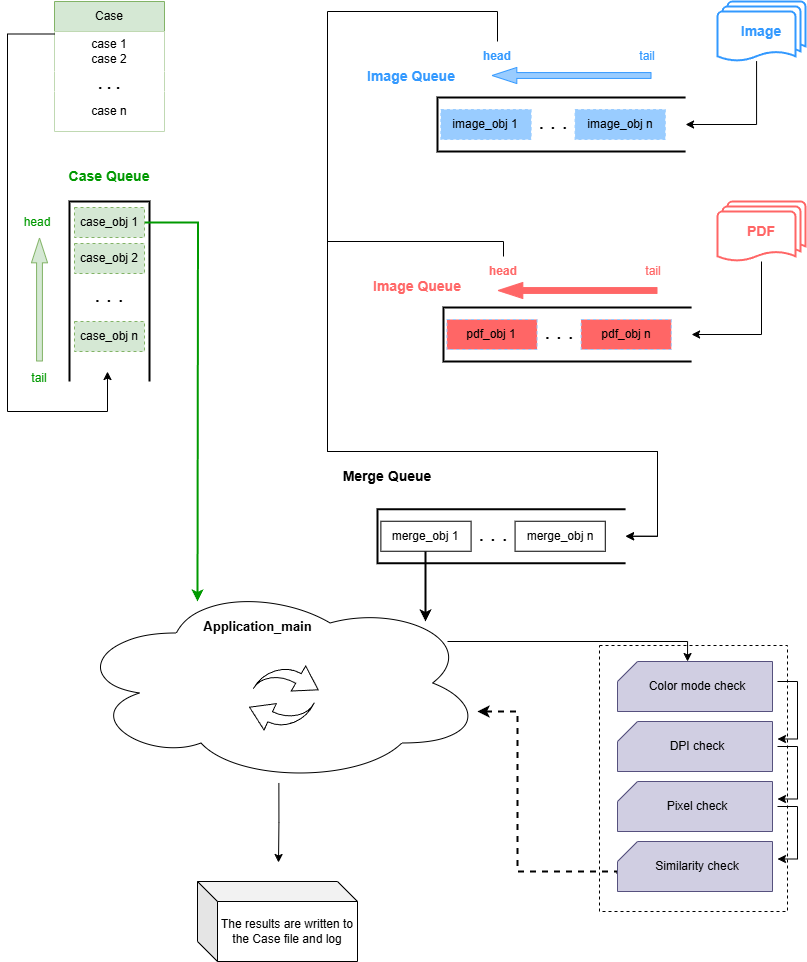
The draw.io diagram Hannto.drawio.png in M3Darren/Draw.io, before a commit. Source tidied: cells renumbered, new cells last; positions are measured from the earlier drawing's top-left corner, leaving out a move shared by most shapes.
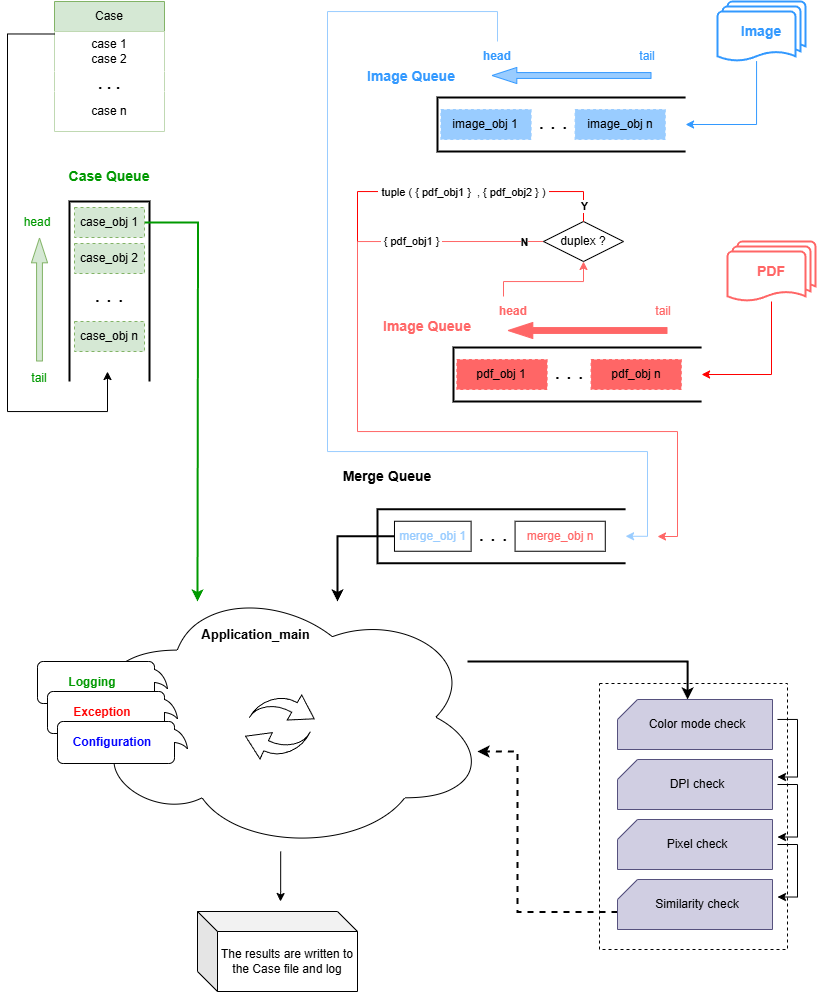
After the commit.

Change to the diagram source:
```diff
@@ -4,5 +4,2 @@
     <mxCell id="1" parent="0" />
-    <mxCell id="2" style="rounded=0;whiteSpace=wrap;html=1;fillColor=none;dashed=1;" parent="1" vertex="1">
-      <mxGeometry x="592" y="644" width="188" height="266" as="geometry" />
-    </mxCell>
     <mxCell id="3" value="Case" style="swimlane;fontStyle=0;horizontal=1;startSize=30;whiteSpace=wrap;html=1;fillColor=#d5e8d4;strokeColor=#82b366;" parent="1" vertex="1">
@@ -105,3 +102,3 @@
     </mxCell>
-    <mxCell id="31" style="edgeStyle=orthogonalEdgeStyle;rounded=0;jettySize=auto;html=1;entryX=0.5;entryY=1;entryDx=0;entryDy=0;exitX=0.444;exitY=0.994;exitDx=0;exitDy=0;exitPerimeter=0;" parent="1" edge="1" source="73" target="27">
+    <mxCell id="31" style="edgeStyle=orthogonalEdgeStyle;rounded=0;jettySize=auto;html=1;entryX=0.5;entryY=1;entryDx=0;entryDy=0;exitX=0.444;exitY=0.994;exitDx=0;exitDy=0;exitPerimeter=0;strokeColor=#3399FF;" parent="1" edge="1" source="73" target="27">
       <mxGeometry relative="1" as="geometry">
@@ -113,3 +110,3 @@
     <mxCell id="32" value="&lt;font size=&quot;1&quot;&gt;&lt;b style=&quot;font-size: 14px;&quot;&gt;Image Queue&lt;/b&gt;&lt;/font&gt;" style="text;html=1;align=center;verticalAlign=middle;whiteSpace=wrap;rounded=0;fontColor=#FF6666;" parent="1" vertex="1">
-      <mxGeometry x="360" y="270" width="100" height="30" as="geometry" />
+      <mxGeometry x="370" y="310" width="100" height="30" as="geometry" />
     </mxCell>
@@ -117,4 +114,4 @@
       <mxGeometry relative="1" as="geometry">
-        <mxPoint x="650" y="289" as="sourcePoint" />
-        <mxPoint x="490" y="289" as="targetPoint" />
+        <mxPoint x="660" y="329" as="sourcePoint" />
+        <mxPoint x="500" y="329" as="targetPoint" />
       </mxGeometry>
@@ -122,9 +119,9 @@
     <mxCell id="34" value="&lt;font&gt;&lt;b&gt;head&lt;/b&gt;&lt;/font&gt;" style="text;html=1;align=center;verticalAlign=middle;whiteSpace=wrap;rounded=0;fontColor=#FF6666;" parent="1" vertex="1">
-      <mxGeometry x="466" y="255" width="60" height="30" as="geometry" />
+      <mxGeometry x="476" y="295" width="60" height="30" as="geometry" />
     </mxCell>
     <mxCell id="35" value="&lt;font&gt;tail&lt;/font&gt;" style="text;html=1;align=center;verticalAlign=middle;whiteSpace=wrap;rounded=0;fontColor=#FF6666;" parent="1" vertex="1">
-      <mxGeometry x="616" y="255" width="60" height="30" as="geometry" />
+      <mxGeometry x="626" y="295" width="60" height="30" as="geometry" />
     </mxCell>
     <mxCell id="36" style="group;" parent="1" vertex="1">
-      <mxGeometry x="436" y="294.2" width="265" height="77.5" as="geometry" />
+      <mxGeometry x="446" y="334.2" width="265" height="77.5" as="geometry" />
     </mxCell>
@@ -136,3 +133,3 @@
     </mxCell>
-    <mxCell id="39" value="pdf_obj 1" style="text;html=1;align=center;verticalAlign=middle;whiteSpace=wrap;rounded=0;fillColor=#FF6666;strokeColor=#99CCFF;dashed=1;" parent="36" vertex="1">
+    <mxCell id="39" value="pdf_obj 1" style="text;html=1;align=center;verticalAlign=middle;whiteSpace=wrap;rounded=0;fillColor=#FF6666;strokeColor=#FF6666;dashed=1;" parent="36" vertex="1">
       <mxGeometry x="3.4" y="23.8" width="90.2" height="30" as="geometry" />
@@ -142,9 +139,9 @@
     </mxCell>
-    <mxCell id="41" value="pdf_obj n" style="text;html=1;align=center;verticalAlign=middle;whiteSpace=wrap;rounded=0;fillColor=#FF6666;strokeColor=#99CCFF;dashed=1;" parent="36" vertex="1">
+    <mxCell id="41" value="pdf_obj n" style="text;html=1;align=center;verticalAlign=middle;whiteSpace=wrap;rounded=0;fillColor=#FF6666;strokeColor=#FF6666;dashed=1;" parent="36" vertex="1">
       <mxGeometry x="137.6" y="23.8" width="90.2" height="30" as="geometry" />
     </mxCell>
-    <mxCell id="42" style="edgeStyle=orthogonalEdgeStyle;rounded=0;jettySize=auto;html=1;entryX=0.5;entryY=1;entryDx=0;entryDy=0;" parent="1" edge="1" source="60" target="38">
+    <mxCell id="42" style="edgeStyle=orthogonalEdgeStyle;rounded=0;jettySize=auto;html=1;entryX=0.5;entryY=1;entryDx=0;entryDy=0;strokeColor=#FF0000;" parent="1" edge="1" source="60" target="38">
       <mxGeometry relative="1" as="geometry">
         <Array as="points">
-          <mxPoint x="754" y="333" />
+          <mxPoint x="764" y="373" />
         </Array>
@@ -163,7 +160,11 @@
       <mxGeometry relative="1" as="geometry">
-        <mxPoint x="48" y="124" as="targetPoint" />
+        <mxPoint x="-40" y="104" as="targetPoint" />
+        <Array as="points">
+          <mxPoint x="-40" y="39" />
+          <mxPoint x="-40" y="84" />
+        </Array>
       </mxGeometry>
     </mxCell>
-    <mxCell id="47" value="merge_obj 1" style="text;html=1;align=center;verticalAlign=middle;whiteSpace=wrap;rounded=0;fillColor=#FFFFFF;strokeColor=#000000;strokeWidth=1;" parent="43" vertex="1">
-      <mxGeometry x="3.4" y="23.8" width="90.2" height="30" as="geometry" />
+    <mxCell id="47" value="&lt;font color=&quot;#99ccff&quot;&gt;merge_obj 1&lt;/font&gt;" style="text;html=1;align=center;verticalAlign=middle;whiteSpace=wrap;rounded=0;fillColor=#FFFFFF;strokeColor=#000000;strokeWidth=1;" parent="43" vertex="1">
+      <mxGeometry x="17" y="23.8" width="76.6" height="30" as="geometry" />
     </mxCell>
@@ -172,3 +173,3 @@
     </mxCell>
-    <mxCell id="49" value="merge_obj n" style="text;html=1;align=center;verticalAlign=middle;whiteSpace=wrap;rounded=0;fillColor=#FFFFFF;strokeColor=#000000;strokeWidth=1;" parent="43" vertex="1">
+    <mxCell id="49" value="&lt;font color=&quot;#ff6666&quot;&gt;merge_obj n&lt;/font&gt;" style="text;html=1;align=center;verticalAlign=middle;whiteSpace=wrap;rounded=0;fillColor=#FFFFFF;strokeColor=#000000;strokeWidth=1;" parent="43" vertex="1">
       <mxGeometry x="137.6" y="23.8" width="90.2" height="30" as="geometry" />
@@ -178,3 +179,3 @@
     </mxCell>
-    <mxCell id="51" style="edgeStyle=orthogonalEdgeStyle;rounded=0;jettySize=auto;html=1;entryX=0.5;entryY=1;entryDx=0;entryDy=0;" parent="1" edge="1" source="23" target="45">
+    <mxCell id="51" style="edgeStyle=orthogonalEdgeStyle;rounded=0;jettySize=auto;html=1;entryX=0.5;entryY=1;entryDx=0;entryDy=0;strokeColor=#99CCFF;" parent="1" edge="1" source="23" target="45">
       <mxGeometry relative="1" as="geometry">
@@ -184,4 +185,4 @@
           <mxPoint x="320" y="450" />
-          <mxPoint x="650" y="450" />
-          <mxPoint x="650" y="535" />
+          <mxPoint x="640" y="450" />
+          <mxPoint x="640" y="535" />
         </Array>
@@ -189,10 +190,10 @@
     </mxCell>
-    <mxCell id="52" style="edgeStyle=orthogonalEdgeStyle;rounded=0;jettySize=auto;html=1;entryX=0.5;entryY=1;entryDx=0;entryDy=0;" parent="1" edge="1" source="34" target="45">
+    <mxCell id="52" style="edgeStyle=orthogonalEdgeStyle;rounded=0;jettySize=auto;html=1;strokeColor=#FF6666;exitX=0;exitY=0.5;exitDx=0;exitDy=0;" parent="1" edge="1" source="94">
       <mxGeometry relative="1" as="geometry">
+        <mxPoint x="650" y="535" as="targetPoint" />
         <Array as="points">
-          <mxPoint x="496" y="240" />
-          <mxPoint x="320" y="240" />
-          <mxPoint x="320" y="450" />
-          <mxPoint x="650" y="450" />
-          <mxPoint x="650" y="535" />
+          <mxPoint x="350" y="240" />
+          <mxPoint x="350" y="430" />
+          <mxPoint x="670" y="430" />
+          <mxPoint x="670" y="535" />
         </Array>
@@ -200,4 +201,12 @@
     </mxCell>
+    <mxCell id="79" value="&amp;nbsp;{ pdf_obj1 }&amp;nbsp;" style="edgeLabel;html=1;align=center;verticalAlign=middle;" parent="52" vertex="1">
+      <mxGeometry x="-0.81" y="1" relative="1" as="geometry">
+        <mxPoint x="-55" y="-2" as="offset" />
+      </mxGeometry>
+    </mxCell>
+    <mxCell id="80" value="&lt;b&gt;N&lt;/b&gt;" style="edgeLabel;html=1;align=center;verticalAlign=middle;" parent="52" vertex="1">
+      <mxGeometry x="-0.95" relative="1" as="geometry" />
+    </mxCell>
     <mxCell id="53" style="group;" parent="1" vertex="1">
-      <mxGeometry x="70" y="600" width="443" height="220" as="geometry" />
+      <mxGeometry x="70" y="600" width="443" height="250" as="geometry" />
     </mxCell>
@@ -205,3 +214,7 @@
       <mxGeometry relative="1" as="geometry">
-        <mxPoint x="201" y="261" as="targetPoint" />
+        <mxPoint x="203" y="300" as="targetPoint" />
+        <Array as="points">
+          <mxPoint x="203" y="290" />
+          <mxPoint x="203" y="290" />
+        </Array>
       </mxGeometry>
@@ -209,28 +222,50 @@
     <mxCell id="55" style="ellipse;shape=cloud;whiteSpace=wrap;html=1;" parent="53" vertex="1">
-      <mxGeometry x="-3.6" y="-18.5" width="410" height="200" as="geometry" />
+      <mxGeometry x="-3.6" y="-18.5" width="413.6" height="268.5" as="geometry" />
     </mxCell>
     <mxCell id="56" value="&lt;b&gt;&lt;font style=&quot;font-size: 13px;&quot;&gt;Application_main&lt;/font&gt;&lt;/b&gt;" style="text;html=1;align=center;verticalAlign=middle;whiteSpace=wrap;rounded=0;" parent="53" vertex="1">
-      <mxGeometry x="121.4" y="10" width="118.9" height="30" as="geometry" />
+      <mxGeometry x="119.4" y="18" width="118.9" height="30" as="geometry" />
     </mxCell>
+    <mxCell id="59" style="edgeStyle=orthogonalEdgeStyle;rounded=0;jettySize=auto;html=1;strokeWidth=2;dashed=1;exitX=0;exitY=0.75;exitDx=0;exitDy=0;" parent="53" edge="1" source="72">
+      <mxGeometry relative="1" as="geometry">
+        <mxPoint x="400" y="150" as="targetPoint" />
+        <Array as="points">
+          <mxPoint x="440" y="311" />
+          <mxPoint x="440" y="150" />
+        </Array>
+      </mxGeometry>
+    </mxCell>
+    <mxCell id="81" style="group;" parent="53" vertex="1">
+      <mxGeometry x="161.9" y="76.4" width="82" height="95.5" as="geometry" />
+    </mxCell>
-    <mxCell id="57" style="html=1;shadow=0;dashed=0;align=center;verticalAlign=middle;shape=mxgraph.arrows2.jumpInArrow;dy=5.55;dx=22.72;arrowHead=29.03;rotation=30;" parent="53" vertex="1">
-      <mxGeometry x="183.4" y="58.5" width="56.8" height="46" as="geometry" />
+    <mxCell id="57" style="html=1;shadow=0;dashed=0;align=center;verticalAlign=middle;shape=mxgraph.arrows2.jumpInArrow;dy=5.55;dx=22.72;arrowHead=29.03;rotation=30;" parent="81" vertex="1">
+      <mxGeometry x="17.5" y="11.1" width="56.8" height="46" as="geometry" />
     </mxCell>
-    <mxCell id="58" style="html=1;shadow=0;dashed=0;align=center;verticalAlign=middle;shape=mxgraph.arrows2.jumpInArrow;dy=5.55;dx=22.72;arrowHead=29.03;rotation=-155;" parent="53" vertex="1">
-      <mxGeometry x="173" y="87" width="56.8" height="46" as="geometry" />
+    <mxCell id="58" style="html=1;shadow=0;dashed=0;align=center;verticalAlign=middle;shape=mxgraph.arrows2.jumpInArrow;dy=5.55;dx=22.72;arrowHead=29.03;rotation=-155;" parent="81" vertex="1">
+      <mxGeometry x="7.1" y="39.6" width="56.8" height="46" as="geometry" />
     </mxCell>
-    <mxCell id="59" style="edgeStyle=orthogonalEdgeStyle;rounded=0;jettySize=auto;html=1;strokeWidth=2;dashed=1;exitX=0;exitY=0.75;exitDx=0;exitDy=0;" parent="53" edge="1" source="72">
-      <mxGeometry relative="1" as="geometry">
-        <mxPoint x="400" y="110" as="targetPoint" />
-        <Array as="points">
-          <mxPoint x="540" y="270" />
-          <mxPoint x="440" y="270" />
-          <mxPoint x="440" y="110" />
-        </Array>
-      </mxGeometry>
-    </mxCell>
     <mxCell id="60" value="&lt;b&gt;&lt;font color=&quot;#ff6666&quot; style=&quot;font-size: 14px;&quot;&gt;PDF&lt;/font&gt;&lt;/b&gt;" style="strokeWidth=2;html=1;shape=mxgraph.flowchart.multi-document;whiteSpace=wrap;strokeColor=#FF6666;" parent="1" vertex="1">
-      <mxGeometry x="710" y="200" width="88" height="60" as="geometry" />
+      <mxGeometry x="720" y="240" width="88" height="60" as="geometry" />
     </mxCell>
+    <mxCell id="73" value="&lt;b&gt;&lt;font color=&quot;#3399ff&quot; style=&quot;font-size: 14px;&quot;&gt;Image&lt;/font&gt;&lt;/b&gt;" style="strokeWidth=2;html=1;shape=mxgraph.flowchart.multi-document;whiteSpace=wrap;strokeColor=#3399FF;" parent="1" vertex="1">
+      <mxGeometry x="710" width="88" height="60" as="geometry" />
+    </mxCell>
+    <mxCell id="74" value="The results are written to the Case file and log" style="shape=cube;whiteSpace=wrap;html=1;boundedLbl=1;backgroundOutline=1;darkOpacity=0.05;darkOpacity2=0.1;" parent="1" vertex="1">
+      <mxGeometry x="190" y="910" width="160" height="80" as="geometry" />
+    </mxCell>
+    <mxCell id="78" style="edgeStyle=orthogonalEdgeStyle;rounded=0;jettySize=auto;html=1;entryX=0.452;entryY=0;entryDx=0;entryDy=0;entryPerimeter=0;strokeWidth=2;" parent="1" edge="1" target="62">
+      <mxGeometry relative="1" as="geometry">
+        <mxPoint x="460" y="660" as="sourcePoint" />
+        <Array as="points">
+          <mxPoint x="680" y="660" />
+        </Array>
+      </mxGeometry>
+    </mxCell>
+    <mxCell id="82" style="group;" parent="1" vertex="1">
+      <mxGeometry x="592" y="682" width="198" height="266" as="geometry" />
+    </mxCell>
+    <mxCell id="2" style="rounded=0;whiteSpace=wrap;html=1;fillColor=none;dashed=1;" parent="82" vertex="1">
+      <mxGeometry width="188" height="266" as="geometry" />
+    </mxCell>
-    <mxCell id="61" style="group;" parent="1" vertex="1">
-      <mxGeometry x="610" y="660" width="160" height="50" as="geometry" />
+    <mxCell id="61" style="group;" parent="82" vertex="1">
+      <mxGeometry x="18" y="16" width="160" height="50" as="geometry" />
     </mxCell>
@@ -242,4 +277,4 @@
     </mxCell>
-    <mxCell id="64" style="group;" parent="1" vertex="1">
-      <mxGeometry x="610" y="720" width="160" height="50" as="geometry" />
+    <mxCell id="64" style="group;" parent="82" vertex="1">
+      <mxGeometry x="18" y="76" width="160" height="50" as="geometry" />
     </mxCell>
@@ -251,4 +286,4 @@
     </mxCell>
-    <mxCell id="67" style="group;" parent="1" vertex="1">
-      <mxGeometry x="610" y="780" width="160" height="50" as="geometry" />
+    <mxCell id="67" style="group;" parent="82" vertex="1">
+      <mxGeometry x="18" y="136" width="160" height="50" as="geometry" />
     </mxCell>
@@ -260,4 +295,4 @@
     </mxCell>
-    <mxCell id="70" style="group;" parent="1" vertex="1">
-      <mxGeometry x="610" y="840" width="160" height="50" as="geometry" />
+    <mxCell id="70" style="group;" parent="82" vertex="1">
+      <mxGeometry x="18" y="196" width="160" height="50" as="geometry" />
     </mxCell>
@@ -269,13 +304,7 @@
     </mxCell>
-    <mxCell id="73" value="&lt;b&gt;&lt;font color=&quot;#3399ff&quot; style=&quot;font-size: 14px;&quot;&gt;Image&lt;/font&gt;&lt;/b&gt;" style="strokeWidth=2;html=1;shape=mxgraph.flowchart.multi-document;whiteSpace=wrap;strokeColor=#3399FF;" parent="1" vertex="1">
-      <mxGeometry x="710" width="88" height="60" as="geometry" />
-    </mxCell>
-    <mxCell id="74" value="The results are written to the Case file and log" style="shape=cube;whiteSpace=wrap;html=1;boundedLbl=1;backgroundOutline=1;darkOpacity=0.05;darkOpacity2=0.1;" parent="1" vertex="1">
-      <mxGeometry x="190" y="880" width="160" height="80" as="geometry" />
-    </mxCell>
-    <mxCell id="75" style="edgeStyle=orthogonalEdgeStyle;rounded=0;jettySize=auto;html=1;entryX=1;entryY=0.25;entryDx=0;entryDy=0;" parent="1" edge="1" source="63" target="66">
+    <mxCell id="75" style="edgeStyle=orthogonalEdgeStyle;rounded=0;jettySize=auto;html=1;entryX=1;entryY=0.25;entryDx=0;entryDy=0;" parent="82" edge="1" source="63" target="66">
       <mxGeometry relative="1" as="geometry">
         <Array as="points">
-          <mxPoint x="790" y="680" />
-          <mxPoint x="790" y="738" />
+          <mxPoint x="198" y="36" />
+          <mxPoint x="198" y="94" />
         </Array>
@@ -283,7 +312,7 @@
     </mxCell>
-    <mxCell id="76" style="edgeStyle=orthogonalEdgeStyle;rounded=0;jettySize=auto;html=1;entryX=1;entryY=0.25;entryDx=0;entryDy=0;" parent="1" edge="1" source="66" target="69">
+    <mxCell id="76" style="edgeStyle=orthogonalEdgeStyle;rounded=0;jettySize=auto;html=1;entryX=1;entryY=0.25;entryDx=0;entryDy=0;" parent="82" edge="1" source="66" target="69">
       <mxGeometry relative="1" as="geometry">
         <Array as="points">
-          <mxPoint x="790" y="745" />
-          <mxPoint x="790" y="798" />
+          <mxPoint x="198" y="101" />
+          <mxPoint x="198" y="154" />
         </Array>
@@ -291,7 +320,7 @@
     </mxCell>
-    <mxCell id="77" style="edgeStyle=orthogonalEdgeStyle;rounded=0;jettySize=auto;html=1;entryX=1;entryY=0.25;entryDx=0;entryDy=0;" parent="1" edge="1" source="69" target="72">
+    <mxCell id="77" style="edgeStyle=orthogonalEdgeStyle;rounded=0;jettySize=auto;html=1;entryX=1;entryY=0.25;entryDx=0;entryDy=0;" parent="82" edge="1" source="69" target="72">
       <mxGeometry relative="1" as="geometry">
         <Array as="points">
-          <mxPoint x="790" y="805" />
-          <mxPoint x="790" y="858" />
+          <mxPoint x="198" y="161" />
+          <mxPoint x="198" y="214" />
         </Array>
@@ -299,10 +328,62 @@
     </mxCell>
-    <mxCell id="78" style="edgeStyle=orthogonalEdgeStyle;rounded=0;jettySize=auto;html=1;entryX=0.452;entryY=0;entryDx=0;entryDy=0;entryPerimeter=0;" parent="1" edge="1" target="62">
-      <mxGeometry relative="1" as="geometry">
-        <mxPoint x="440" y="640" as="sourcePoint" />
-        <Array as="points">
-          <mxPoint x="680" y="640" />
-        </Array>
-      </mxGeometry>
-    </mxCell>
+    <mxCell id="83" style="group;" parent="1" vertex="1">
+      <mxGeometry x="30" y="660" width="150" height="102" as="geometry" />
+    </mxCell>
+    <mxCell id="84" style="group;" parent="83" vertex="1">
+      <mxGeometry width="130" height="42" as="geometry" />
+    </mxCell>
+    <mxCell id="85" style="whiteSpace=wrap;html=1;shape=mxgraph.basic.roundRectCallout;dx=27.54;dy=13;size=5.67;boundedLbl=1;direction=north;" parent="84" vertex="1">
+      <mxGeometry width="130" height="42" as="geometry" />
+    </mxCell>
+    <mxCell id="86" value="&lt;font color=&quot;#009900&quot;&gt;&lt;b&gt;Logging&lt;/b&gt;&lt;/font&gt;" style="text;html=1;align=center;verticalAlign=middle;whiteSpace=wrap;rounded=0;" parent="84" vertex="1">
+      <mxGeometry y="6" width="110" height="30" as="geometry" />
+    </mxCell>
+    <mxCell id="87" style="group;" parent="83" vertex="1">
+      <mxGeometry x="10" y="30" width="130" height="42" as="geometry" />
+    </mxCell>
+    <mxCell id="88" style="whiteSpace=wrap;html=1;shape=mxgraph.basic.roundRectCallout;dx=27.54;dy=13;size=5.67;boundedLbl=1;direction=north;" parent="87" vertex="1">
+      <mxGeometry width="130" height="42" as="geometry" />
+    </mxCell>
+    <mxCell id="89" value="&lt;font color=&quot;#ff0000&quot;&gt;&lt;b&gt;Exception&lt;/b&gt;&lt;/font&gt;" style="text;html=1;align=center;verticalAlign=middle;whiteSpace=wrap;rounded=0;" parent="87" vertex="1">
+      <mxGeometry y="6" width="110" height="30" as="geometry" />
+    </mxCell>
+    <mxCell id="90" style="group;" parent="83" vertex="1">
+      <mxGeometry x="20" y="60" width="130" height="42" as="geometry" />
+    </mxCell>
+    <mxCell id="91" style="whiteSpace=wrap;html=1;shape=mxgraph.basic.roundRectCallout;dx=27.54;dy=13;size=5.67;boundedLbl=1;direction=north;" parent="90" vertex="1">
+      <mxGeometry width="130" height="42" as="geometry" />
+    </mxCell>
+    <mxCell id="92" value="&lt;font color=&quot;#0000ff&quot;&gt;&lt;b&gt;Configuration&lt;/b&gt;&lt;/font&gt;" style="text;html=1;align=center;verticalAlign=middle;whiteSpace=wrap;rounded=0;" parent="90" vertex="1">
+      <mxGeometry y="6" width="110" height="30" as="geometry" />
+    </mxCell>
+    <mxCell id="93" style="edgeStyle=orthogonalEdgeStyle;rounded=0;jettySize=auto;html=1;strokeColor=#FF6666;" parent="1" edge="1" source="34" target="94">
+      <mxGeometry relative="1" as="geometry">
+        <Array as="points">
+          <mxPoint x="496" y="280" />
+          <mxPoint x="576" y="280" />
+        </Array>
+      </mxGeometry>
+    </mxCell>
+    <mxCell id="94" value="duplex ?" style="rhombus;whiteSpace=wrap;html=1;" parent="1" vertex="1">
+      <mxGeometry x="536" y="220" width="80" height="40" as="geometry" />
+    </mxCell>
+    <mxCell id="95" style="endArrow=none;html=1;rounded=0;entryX=0.5;entryY=0;entryDx=0;entryDy=0;edgeStyle=orthogonalEdgeStyle;strokeColor=#FF0000;" parent="1" edge="1" target="94">
+      <mxGeometry relative="1" as="geometry">
+        <mxPoint x="350" y="240" as="sourcePoint" />
+        <Array as="points">
+          <mxPoint x="350" y="190" />
+          <mxPoint x="576" y="190" />
+        </Array>
+      </mxGeometry>
+    </mxCell>
+    <mxCell id="96" value="&amp;nbsp;tuple ( { pdf_obj1 }&amp;nbsp; , { pdf_obj2 } )&amp;nbsp;" style="edgeLabel;html=1;align=center;verticalAlign=middle;" parent="95" vertex="1">
+      <mxGeometry x="0.02" y="-2" relative="1" as="geometry">
+        <mxPoint y="-2" as="offset" />
+      </mxGeometry>
+    </mxCell>
+    <mxCell id="97" value="&lt;b&gt;Y&lt;/b&gt;" style="edgeLabel;html=1;align=center;verticalAlign=middle;" parent="95" vertex="1">
+      <mxGeometry x="0.9" y="1" relative="1" as="geometry">
+        <mxPoint x="-1" as="offset" />
+      </mxGeometry>
+    </mxCell>
   </root>
```
